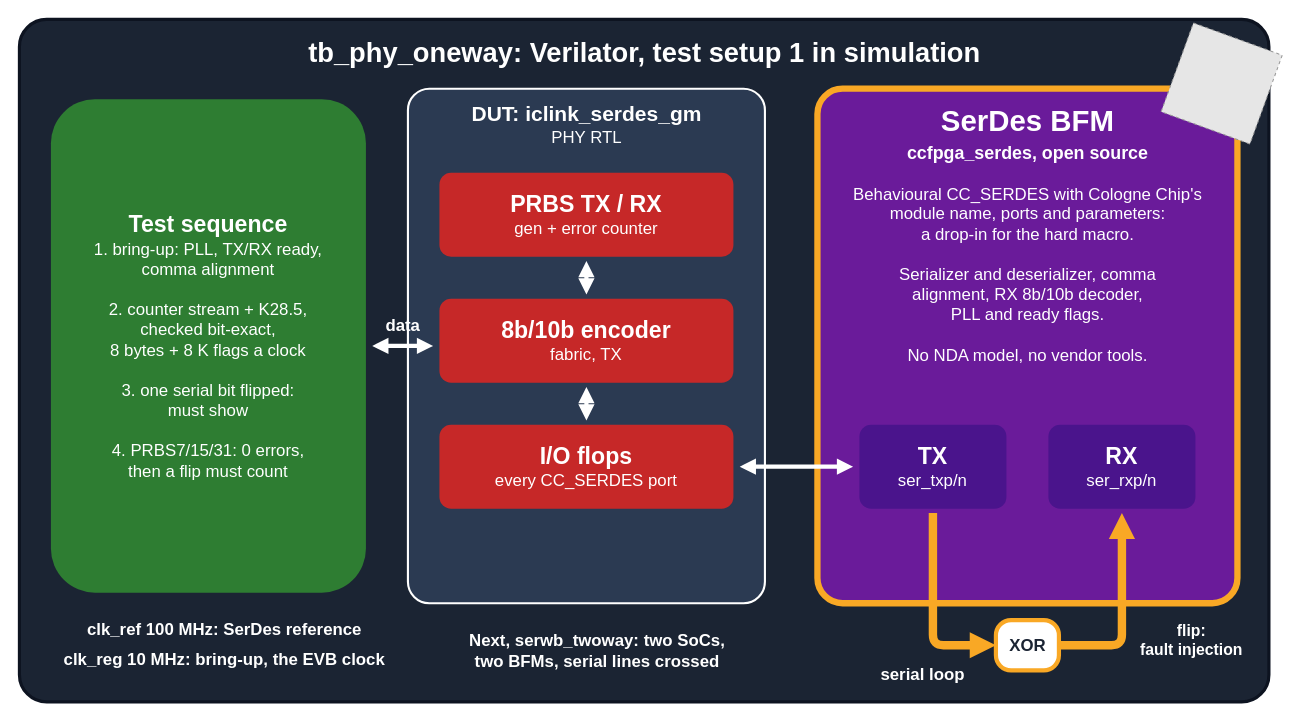
Earlier version of the draw.io diagram 7.SerDes/0.doc/iclink-tb.drawio (chili-chips-ba/openCologne). Source tidied: cells renumbered, new cells numbered last; positions are measured from the earlier drawing's top-left corner, leaving out a move shared by most shapes. Both pictures are drawn from the tidied source at 105%, with x=0, y=0 at pixel (19, 19). Pictures stored in the file or linked from it are replaced by grey dashed boxes.
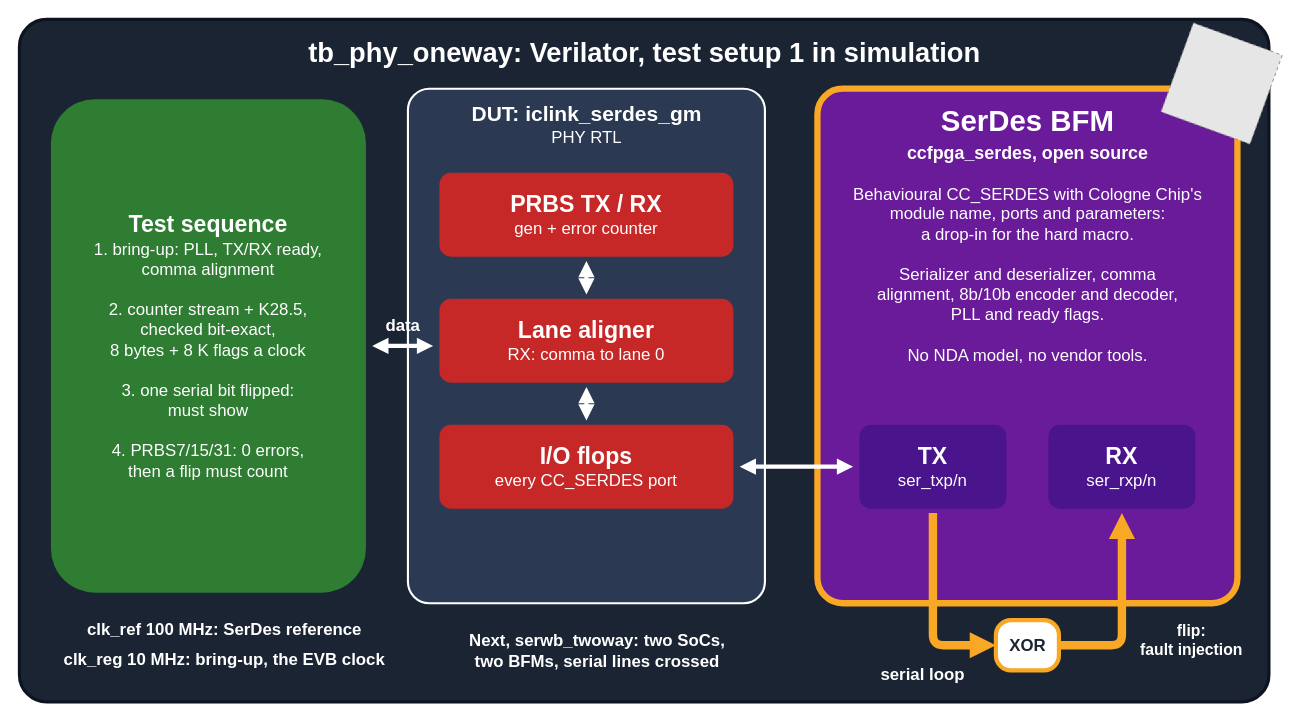
The same page after the edit.

Diff of the diagram source:
```diff
@@
-    <mxCell id="9" value="&lt;b style='font-size:22px'&gt;8b/10b encoder&lt;/b&gt;&lt;br&gt;&lt;span style='font-size:16px'&gt;fabric, TX&lt;/span&gt;" style="rounded=1;arcSize=14;fillColor=#c62828;strokeColor=none;fontColor=#ffffff;html=1;whiteSpace=wrap;fontFamily=Helvetica;" parent="1" vertex="1">
+    <mxCell id="9" value="&lt;b style='font-size:22px'&gt;Lane aligner&lt;/b&gt;&lt;br&gt;&lt;span style='font-size:16px'&gt;RX: comma to lane 0&lt;/span&gt;" style="rounded=1;arcSize=14;fillColor=#c62828;strokeColor=none;fontColor=#ffffff;html=1;whiteSpace=wrap;fontFamily=Helvetica;" parent="1" vertex="1">
       <mxGeometry x="400" y="266" width="280" height="80" as="geometry" />
     </mxCell>
@@
-    <mxCell id="18" value="Behavioural CC_SERDES with Cologne Chip's&lt;br&gt;module name, ports and parameters:&lt;br&gt;a drop-in for the hard macro.&lt;br&gt;&lt;br&gt;Serializer and deserializer, comma&lt;br&gt;alignment, RX 8b/10b decoder,&lt;br&gt;PLL and ready flags.&lt;br&gt;&lt;br&gt;No NDA model, no vendor tools." style="text;html=1;align=center;verticalAlign=middle;fontSize=16;fontStyle=0;fontColor=#ffffff;fontFamily=Helvetica;" parent="1" vertex="1">
+    <mxCell id="18" value="Behavioural CC_SERDES with Cologne Chip's&lt;br&gt;module name, ports and parameters:&lt;br&gt;a drop-in for the hard macro.&lt;br&gt;&lt;br&gt;Serializer and deserializer, comma&lt;br&gt;alignment, 8b/10b encoder and decoder,&lt;br&gt;PLL and ready flags.&lt;br&gt;&lt;br&gt;No NDA model, no vendor tools." style="text;html=1;align=center;verticalAlign=middle;fontSize=16;fontStyle=0;fontColor=#ffffff;fontFamily=Helvetica;" parent="1" vertex="1">
       <mxGeometry x="775" y="148" width="370" height="190" as="geometry" />
     </mxCell>
```
